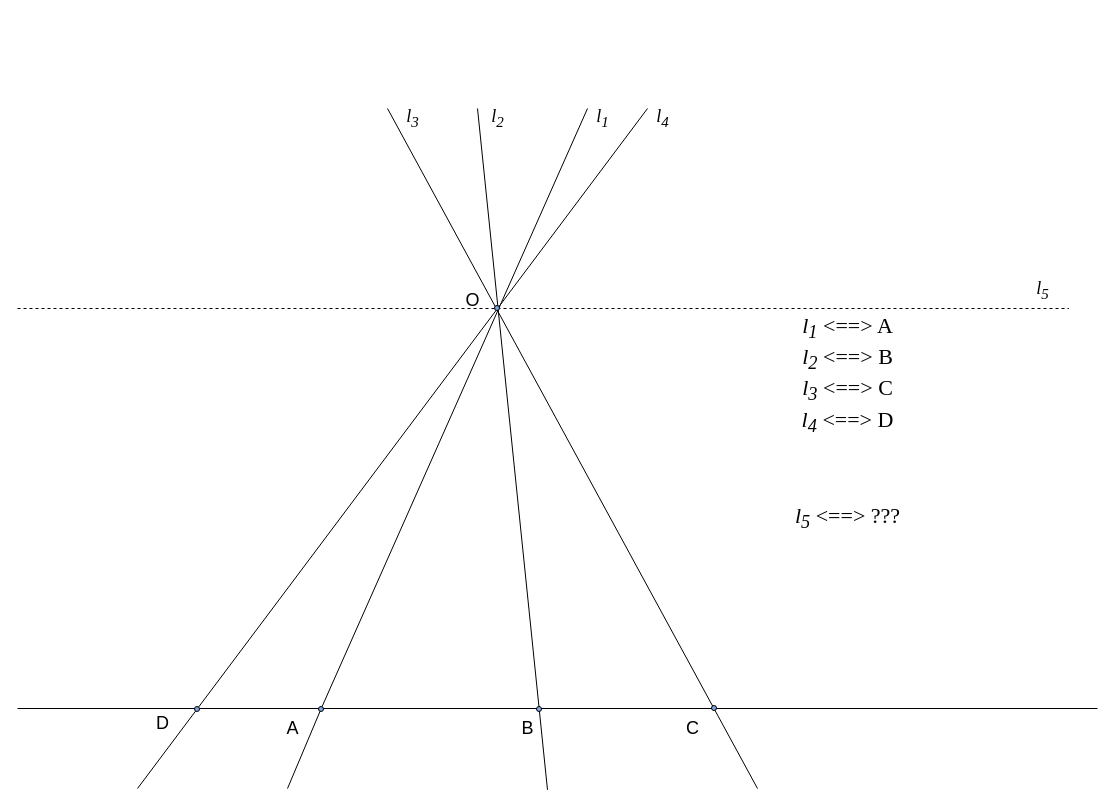
Above: page "p06" (6 of 23) of slides/proj.drawio in amcp-pit/geom_course (draw.io), before the change. Source tidied: cells renumbered, new cells numbered last; positions are measured from the earlier drawing's top-left corner, leaving out a move shared by most shapes. Both pictures are drawn from the tidied source at 100%, with x=0, y=0 at pixel (17, 103).
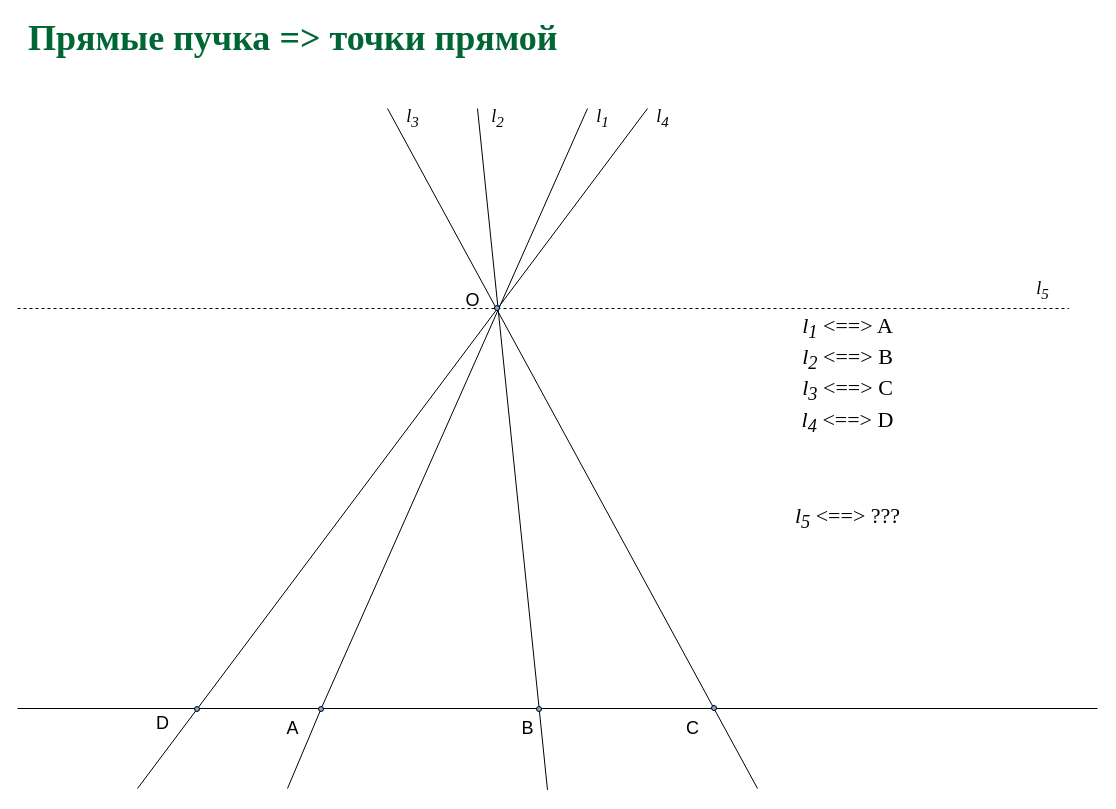
After the change.

Change to the diagram source:
```diff
@@
+    <mxCell id="26" value="&lt;font color=&quot;#006633&quot; face=&quot;garamond&quot;&gt;&lt;span style=&quot;font-size: 36px&quot;&gt;&lt;b&gt;&amp;nbsp;П&lt;/b&gt;&lt;/span&gt;&lt;/font&gt;&lt;b style=&quot;color: rgb(0 , 102 , 51) ; font-family: &amp;#34;garamond&amp;#34; ; font-size: 36px&quot;&gt;рямые пучка&amp;nbsp;&lt;/b&gt;&lt;font color=&quot;#006633&quot; face=&quot;garamond&quot;&gt;&lt;span style=&quot;font-size: 36px&quot;&gt;&lt;b&gt;=&amp;gt;&lt;/b&gt;&lt;/span&gt;&lt;/font&gt;&lt;font color=&quot;#006633&quot; face=&quot;garamond&quot;&gt;&lt;span style=&quot;font-size: 36px&quot;&gt;&lt;b&gt;&amp;nbsp;т&lt;/b&gt;&lt;/span&gt;&lt;/font&gt;&lt;b style=&quot;color: rgb(0 , 102 , 51) ; font-family: &amp;#34;garamond&amp;#34; ; font-size: 36px&quot;&gt;очки прямой&lt;/b&gt;" style="text;html=1;align=left;verticalAlign=middle;whiteSpace=wrap;rounded=0;" parent="1" vertex="1">
+      <mxGeometry y="-75" width="920" height="20" as="geometry" />
+    </mxCell>
```
